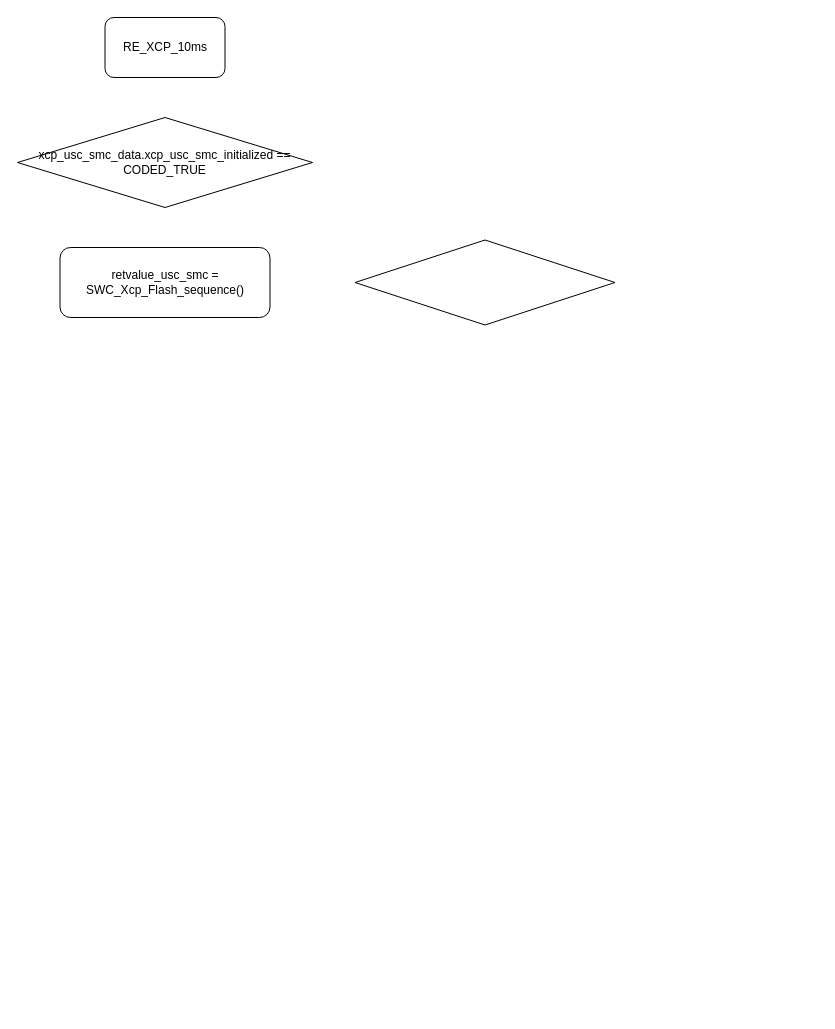
This is XCP_USC_Program.drawio from LeoHan369/DrawIO, a draw.io file, before an edit. Source tidied: cells renumbered, new cells numbered last; positions are measured from the earlier drawing's top-left corner, leaving out a move shared by most shapes. Both pictures are drawn from the tidied source at 100%, with x=0, y=0 at pixel (17, 17).
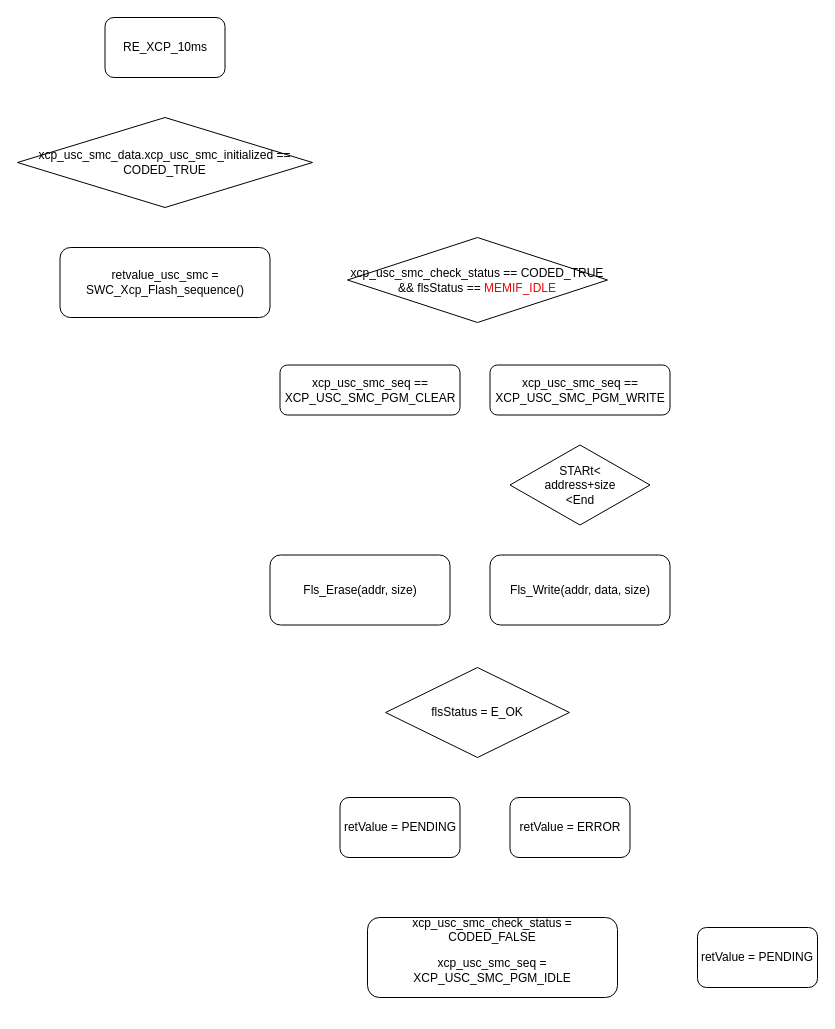
Above is the later version.

Diff of the diagram source:
```diff
@@
 <mxGraphModel>
   <root>
     <mxCell id="0" />
     <mxCell id="1" parent="0" />
     <mxCell id="2" value="RE_XCP_10ms" style="rounded=1;whiteSpace=wrap;html=1;" parent="1" vertex="1">
       <mxGeometry x="87.5" width="120" height="60" as="geometry" />
     </mxCell>
     <mxCell id="3" value="xcp_usc_smc_data.xcp_usc_smc_initialized == CODED_TRUE" style="rhombus;whiteSpace=wrap;html=1;" parent="1" vertex="1">
       <mxGeometry y="100" width="295" height="90" as="geometry" />
     </mxCell>
     <mxCell id="4" value="retvalue_usc_smc = SWC_Xcp_Flash_sequence()" style="rounded=1;whiteSpace=wrap;html=1;" parent="1" vertex="1">
       <mxGeometry x="42.5" y="230" width="210" height="70" as="geometry" />
     </mxCell>
-    <mxCell id="5" style="rhombus;whiteSpace=wrap;html=1;" parent="1" vertex="1">
-      <mxGeometry x="337.5" y="222.5" width="260" height="85" as="geometry" />
+    <mxCell id="5" value="xcp_usc_smc_check_status == CODED_TRUE&lt;div&gt;&amp;amp;&amp;amp;&amp;nbsp;&lt;span style=&quot;background-color: transparent; color: light-dark(rgb(0, 0, 0), rgb(255, 255, 255));&quot;&gt;flsStatus == &lt;/span&gt;&lt;span style=&quot;background-color: transparent;&quot;&gt;&lt;font style=&quot;color: light-dark(rgb(233, 7, 7), rgb(255, 255, 255));&quot;&gt;MEMIF_IDLE&lt;/font&gt;&lt;/span&gt;&lt;/div&gt;" style="rhombus;whiteSpace=wrap;html=1;" parent="1" vertex="1">
+      <mxGeometry x="330" y="220" width="260" height="85" as="geometry" />
     </mxCell>
+    <mxCell id="6" value="xcp_usc_smc_seq ==&lt;div&gt;XCP_USC_SMC_PGM_CLEAR&lt;/div&gt;" style="rounded=1;whiteSpace=wrap;html=1;" parent="1" vertex="1">
+      <mxGeometry x="262.5" y="347.5" width="180" height="50" as="geometry" />
+    </mxCell>
+    <mxCell id="7" value="xcp_usc_smc_seq ==&lt;div&gt;XCP_USC_SMC_PGM_WRITE&lt;/div&gt;" style="rounded=1;whiteSpace=wrap;html=1;" parent="1" vertex="1">
+      <mxGeometry x="472.5" y="347.5" width="180" height="50" as="geometry" />
+    </mxCell>
+    <mxCell id="8" value="Fls_Erase(addr, size)" style="rounded=1;whiteSpace=wrap;html=1;" parent="1" vertex="1">
+      <mxGeometry x="252.5" y="537.5" width="180" height="70" as="geometry" />
+    </mxCell>
+    <mxCell id="9" value="Fls_Write(addr, data, size)" style="rounded=1;whiteSpace=wrap;html=1;" parent="1" vertex="1">
+      <mxGeometry x="472.5" y="537.5" width="180" height="70" as="geometry" />
+    </mxCell>
+    <mxCell id="10" value="&lt;div&gt;STARt&amp;lt;&lt;/div&gt;address+size&lt;div&gt;&amp;lt;End&lt;/div&gt;" style="rhombus;whiteSpace=wrap;html=1;" parent="1" vertex="1">
+      <mxGeometry x="492.5" y="427.5" width="140" height="80" as="geometry" />
+    </mxCell>
+    <mxCell id="11" value="flsStatus = E_OK" style="rhombus;whiteSpace=wrap;html=1;" parent="1" vertex="1">
+      <mxGeometry x="368.1" y="650" width="183.8" height="90" as="geometry" />
+    </mxCell>
+    <mxCell id="12" value="retValue = PENDING" style="rounded=1;whiteSpace=wrap;html=1;" parent="1" vertex="1">
+      <mxGeometry x="322.5" y="780" width="120" height="60" as="geometry" />
+    </mxCell>
+    <mxCell id="13" value="retValue = ERROR" style="rounded=1;whiteSpace=wrap;html=1;" parent="1" vertex="1">
+      <mxGeometry x="492.5" y="780" width="120" height="60" as="geometry" />
+    </mxCell>
+    <mxCell id="14" value="&lt;p&gt;xcp_usc_smc_check_status = CODED_FALSE&lt;/p&gt;&lt;p&gt;xcp_usc_smc_seq = XCP_USC_SMC_PGM_IDLE&lt;/p&gt;&lt;div&gt;&lt;br&gt;&lt;/div&gt;" style="rounded=1;whiteSpace=wrap;html=1;" parent="1" vertex="1">
+      <mxGeometry x="350" y="900" width="250" height="80" as="geometry" />
+    </mxCell>
+    <mxCell id="15" value="retValue = PENDING" style="rounded=1;whiteSpace=wrap;html=1;" parent="1" vertex="1">
+      <mxGeometry x="680" y="910" width="120" height="60" as="geometry" />
+    </mxCell>
   </root>
 </mxGraphModel>
```
